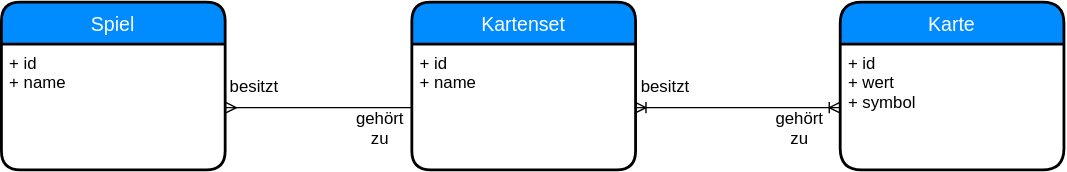
This is docs/img/database/database_erm.svg from cardholder/docs, a draw.io export, as it was before one commit. Source tidied: cells renumbered, new cells last; positions are measured from the earlier drawing's top-left corner, leaving out a move shared by most shapes.
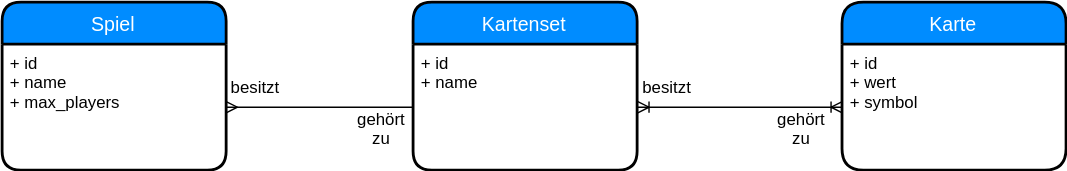
After the change.

Change to the diagram source:
```diff
@@ -5,7 +5,7 @@
     <mxCell id="2" value="Spiel" style="swimlane;horizontal=1;startSize=30;fillColor=#008cff;fontColor=#FFFFFF;rounded=1;fontSize=14;fontStyle=0;strokeWidth=2;shadow=0;dashed=0;align=center;" parent="1" vertex="1">
       <mxGeometry width="160" height="120" as="geometry" />
     </mxCell>
-    <mxCell id="3" value="+ id&#10;+ name&#10;" style="align=left;strokeColor=none;fillColor=none;spacingLeft=4;fontSize=12;verticalAlign=top;" parent="2" vertex="1">
+    <mxCell id="3" value="+ id&#10;+ name&#10;+ max_players" style="align=left;strokeColor=none;fillColor=none;spacingLeft=4;fontSize=12;verticalAlign=top;" parent="2" vertex="1">
       <mxGeometry y="30" width="160" height="90" as="geometry" />
     </mxCell>
     <mxCell id="4" style="edgeStyle=entityRelationEdgeStyle;fontSize=12;html=1;endArrow=none;exitX=1;exitY=0.5;exitDx=0;exitDy=0;startArrow=ERmany;startFill=0;endFill=0;entryX=0;entryY=0.5;entryDx=0;entryDy=0;" parent="1" edge="1" source="3" target="6">
```
